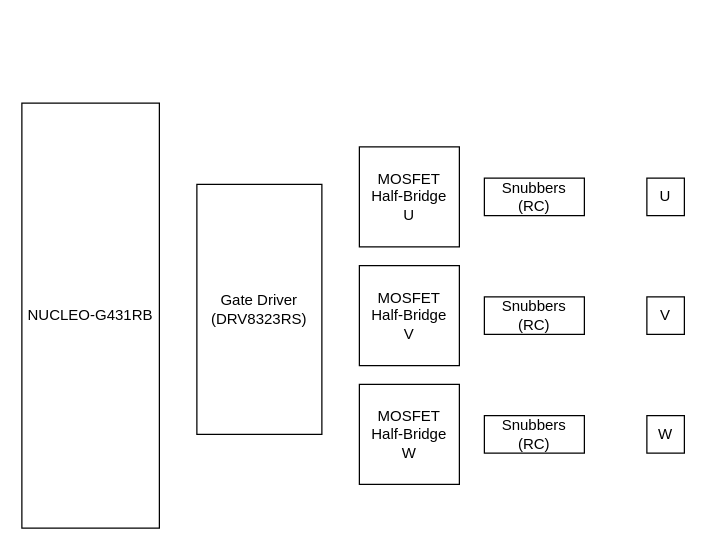
JobotTheRobot/G431-FOC-SHIELD keeps this draw.io diagram as Documentation/FunctionalBlockDiagram.drawio. Above is the earlier version. Source tidied: cells renumbered, new cells numbered last; positions are measured from the earlier drawing's top-left corner, leaving out a move shared by most shapes. Both pictures are drawn from the tidied source at 125%, with x=0, y=0 at pixel (21, 102).
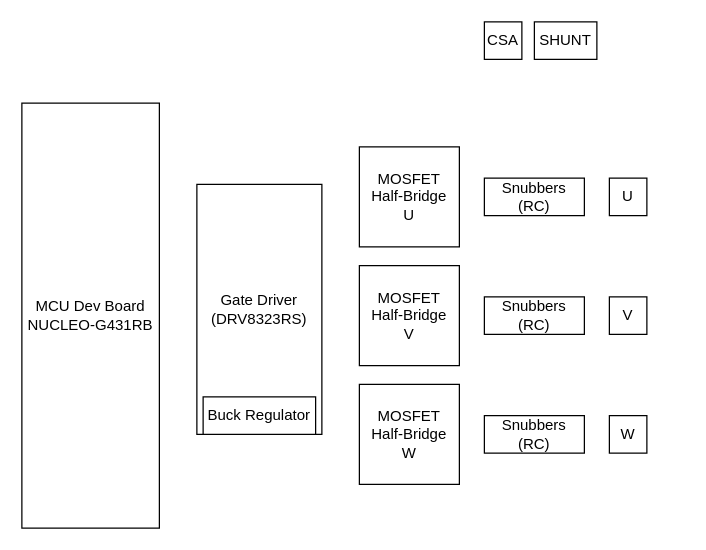
After the change.

Commit message:
started FunctionalBlockDiagram

The edit, as a diff of the source:
```diff
@@
 <mxGraphModel>
   <root>
     <mxCell id="0" />
     <mxCell id="1" parent="0" />
-    <mxCell id="2" value="NUCLEO-G431RB" style="rounded=0;whiteSpace=wrap;html=1;" parent="1" vertex="1">
+    <mxCell id="2" value="&lt;div&gt;MCU Dev Board&lt;/div&gt;NUCLEO-G431RB" style="rounded=0;whiteSpace=wrap;html=1;" parent="1" vertex="1">
       <mxGeometry width="110" height="340" as="geometry" />
     </mxCell>
     <mxCell id="3" value="Gate Driver&lt;div&gt;(DRV8323RS)&lt;/div&gt;" style="rounded=0;whiteSpace=wrap;html=1;" parent="1" vertex="1">
       <mxGeometry x="140" y="65" width="100" height="200" as="geometry" />
     </mxCell>
     <mxCell id="4" value="MOSFET Half-Bridge&lt;div&gt;U&lt;/div&gt;" style="rounded=0;whiteSpace=wrap;html=1;" parent="1" vertex="1">
       <mxGeometry x="270" y="35" width="80" height="80" as="geometry" />
     </mxCell>
     <mxCell id="5" value="MOSFET Half-Bridge&lt;div&gt;V&lt;/div&gt;" style="rounded=0;whiteSpace=wrap;html=1;" parent="1" vertex="1">
       <mxGeometry x="270" y="130" width="80" height="80" as="geometry" />
     </mxCell>
     <mxCell id="6" value="MOSFET Half-Bridge&lt;div&gt;W&lt;/div&gt;" style="rounded=0;whiteSpace=wrap;html=1;" parent="1" vertex="1">
       <mxGeometry x="270" y="225" width="80" height="80" as="geometry" />
     </mxCell>
     <mxCell id="7" value="Snubbers (RC)" style="rounded=0;whiteSpace=wrap;html=1;" parent="1" vertex="1">
       <mxGeometry x="370" y="60" width="80" height="30" as="geometry" />
     </mxCell>
     <mxCell id="8" value="Snubbers (RC)" style="rounded=0;whiteSpace=wrap;html=1;" parent="1" vertex="1">
       <mxGeometry x="370" y="155" width="80" height="30" as="geometry" />
     </mxCell>
     <mxCell id="9" value="Snubbers (RC)" style="rounded=0;whiteSpace=wrap;html=1;" parent="1" vertex="1">
       <mxGeometry x="370" y="250" width="80" height="30" as="geometry" />
     </mxCell>
     <mxCell id="10" value="U" style="rounded=0;whiteSpace=wrap;html=1;" parent="1" vertex="1">
-      <mxGeometry x="500" y="60" width="30" height="30" as="geometry" />
+      <mxGeometry x="470" y="60" width="30" height="30" as="geometry" />
     </mxCell>
     <mxCell id="11" value="V" style="rounded=0;whiteSpace=wrap;html=1;" parent="1" vertex="1">
-      <mxGeometry x="500" y="155" width="30" height="30" as="geometry" />
+      <mxGeometry x="470" y="155" width="30" height="30" as="geometry" />
     </mxCell>
     <mxCell id="12" value="W" style="rounded=0;whiteSpace=wrap;html=1;" parent="1" vertex="1">
-      <mxGeometry x="500" y="250" width="30" height="30" as="geometry" />
+      <mxGeometry x="470" y="250" width="30" height="30" as="geometry" />
     </mxCell>
+    <mxCell id="13" value="Buck Regulator" style="rounded=0;whiteSpace=wrap;html=1;" parent="1" vertex="1">
+      <mxGeometry x="145" y="235" width="90" height="30" as="geometry" />
+    </mxCell>
+    <mxCell id="14" value="CSA" style="rounded=0;whiteSpace=wrap;html=1;" parent="1" vertex="1">
+      <mxGeometry x="370" y="-65" width="30" height="30" as="geometry" />
+    </mxCell>
+    <mxCell id="15" value="SHUNT" style="rounded=0;whiteSpace=wrap;html=1;" parent="1" vertex="1">
+      <mxGeometry x="410" y="-65" width="50" height="30" as="geometry" />
+    </mxCell>
   </root>
 </mxGraphModel>
```
